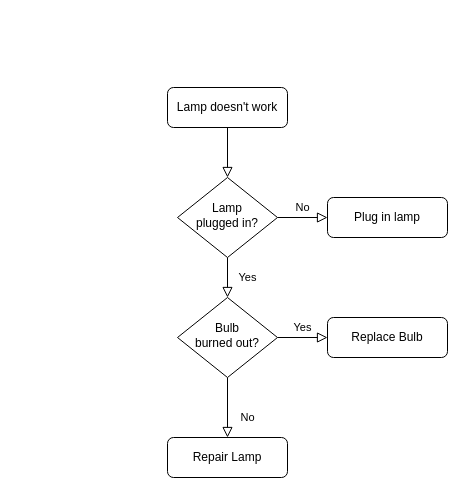
The draw.io diagram vue-element管理界面运行原理/未命名绘图.drawio in Xuyuanjia2014/graphs, before the edit. Source tidied: cells renumbered, new cells numbered last; positions are measured from the earlier drawing's top-left corner, leaving out a move shared by most shapes. Both pictures are drawn from the tidied source at 100%, with x=0, y=0 at pixel (167, 87).
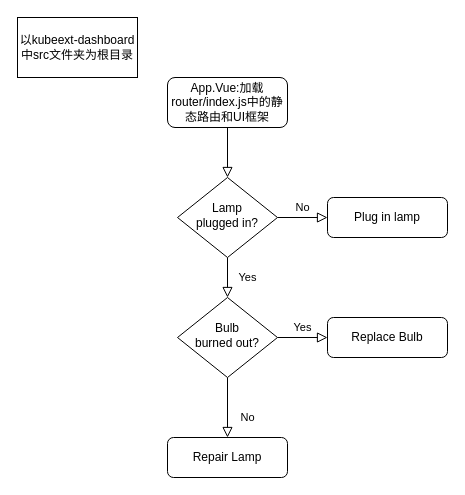
The same page after the edit.

The edit, as a diff of the source:
```diff
@@
 <mxGraphModel>
   <root>
     <mxCell id="0" />
     <mxCell id="1" parent="0" />
     <mxCell id="2" style="rounded=0;html=1;jettySize=auto;fontSize=11;endArrow=block;endFill=0;endSize=8;strokeWidth=1;shadow=0;labelBackgroundColor=none;edgeStyle=orthogonalEdgeStyle;" parent="1" edge="1" source="3" target="6">
       <mxGeometry relative="1" as="geometry" />
     </mxCell>
-    <mxCell id="3" value="Lamp doesn't work" style="rounded=1;whiteSpace=wrap;html=1;fontSize=12;glass=0;strokeWidth=1;shadow=0;" parent="1" vertex="1">
-      <mxGeometry width="120" height="40" as="geometry" />
+    <mxCell id="3" value="App.Vue:加载router/index.js中的静态路由和UI框架" style="rounded=1;whiteSpace=wrap;html=1;fontSize=12;glass=0;strokeWidth=1;shadow=0;" parent="1" vertex="1">
+      <mxGeometry y="-10" width="120" height="50" as="geometry" />
     </mxCell>
     <mxCell id="4" value="Yes" style="rounded=0;html=1;jettySize=auto;fontSize=11;endArrow=block;endFill=0;endSize=8;strokeWidth=1;shadow=0;labelBackgroundColor=none;edgeStyle=orthogonalEdgeStyle;" parent="1" edge="1" source="6" target="10">
       <mxGeometry y="20" relative="1" as="geometry" />
     </mxCell>
     <mxCell id="5" value="No" style="edgeStyle=orthogonalEdgeStyle;rounded=0;html=1;jettySize=auto;fontSize=11;endArrow=block;endFill=0;endSize=8;strokeWidth=1;shadow=0;labelBackgroundColor=none;" parent="1" edge="1" source="6" target="7">
       <mxGeometry y="10" relative="1" as="geometry" />
     </mxCell>
     <mxCell id="6" value="Lamp&lt;br&gt;plugged in?" style="rhombus;whiteSpace=wrap;html=1;shadow=0;fontFamily=Helvetica;fontSize=12;align=center;strokeWidth=1;spacing=6;spacingTop=-4;" parent="1" vertex="1">
       <mxGeometry x="10" y="90" width="100" height="80" as="geometry" />
     </mxCell>
     <mxCell id="7" value="Plug in lamp" style="rounded=1;whiteSpace=wrap;html=1;fontSize=12;glass=0;strokeWidth=1;shadow=0;" parent="1" vertex="1">
       <mxGeometry x="160" y="110" width="120" height="40" as="geometry" />
     </mxCell>
     <mxCell id="8" value="No" style="rounded=0;html=1;jettySize=auto;fontSize=11;endArrow=block;endFill=0;endSize=8;strokeWidth=1;shadow=0;labelBackgroundColor=none;edgeStyle=orthogonalEdgeStyle;" parent="1" edge="1" source="10" target="11">
       <mxGeometry x="0.33" y="20" relative="1" as="geometry" />
     </mxCell>
     <mxCell id="9" value="Yes" style="edgeStyle=orthogonalEdgeStyle;rounded=0;html=1;jettySize=auto;fontSize=11;endArrow=block;endFill=0;endSize=8;strokeWidth=1;shadow=0;labelBackgroundColor=none;" parent="1" edge="1" source="10" target="12">
       <mxGeometry y="10" relative="1" as="geometry" />
     </mxCell>
     <mxCell id="10" value="Bulb&lt;br&gt;burned out?" style="rhombus;whiteSpace=wrap;html=1;shadow=0;fontFamily=Helvetica;fontSize=12;align=center;strokeWidth=1;spacing=6;spacingTop=-4;" parent="1" vertex="1">
       <mxGeometry x="10" y="210" width="100" height="80" as="geometry" />
     </mxCell>
     <mxCell id="11" value="Repair Lamp" style="rounded=1;whiteSpace=wrap;html=1;fontSize=12;glass=0;strokeWidth=1;shadow=0;" parent="1" vertex="1">
       <mxGeometry y="350" width="120" height="40" as="geometry" />
     </mxCell>
     <mxCell id="12" value="Replace Bulb" style="rounded=1;whiteSpace=wrap;html=1;fontSize=12;glass=0;strokeWidth=1;shadow=0;" parent="1" vertex="1">
       <mxGeometry x="160" y="230" width="120" height="40" as="geometry" />
     </mxCell>
+    <mxCell id="13" value="以kubeext-dashboard中src文件夹为根目录" style="rounded=0;whiteSpace=wrap;html=1;" parent="1" vertex="1">
+      <mxGeometry x="-150" y="-70" width="120" height="60" as="geometry" />
+    </mxCell>
   </root>
 </mxGraphModel>
```
